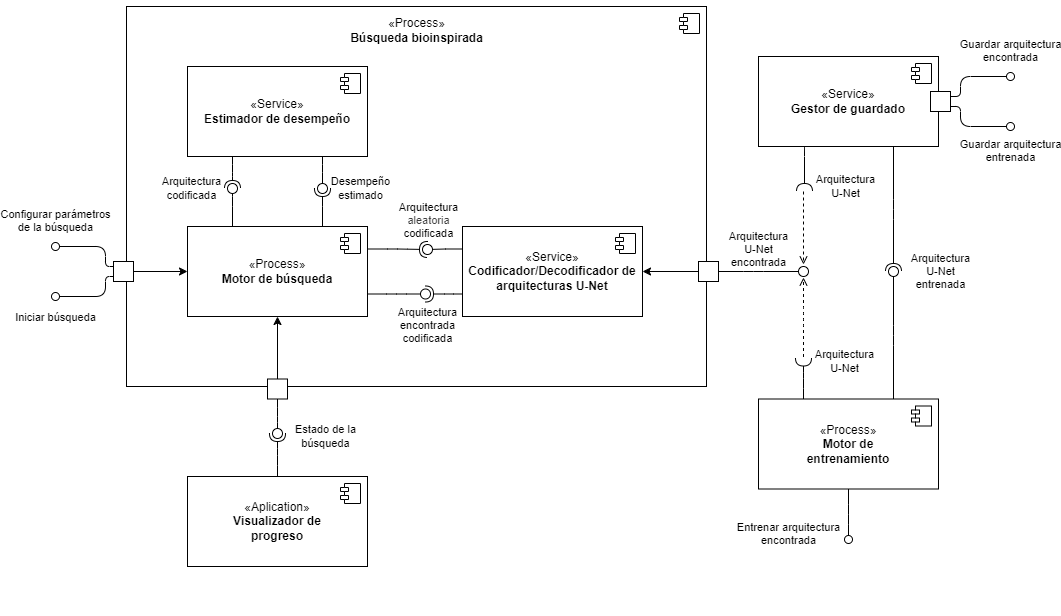
The draw.io diagram diagramas/Componentes.drawio.png in TT-NAS/NAS, before a commit. Source tidied: cells renumbered, new cells last; positions are measured from the earlier drawing's top-left corner, leaving out a move shared by most shapes.
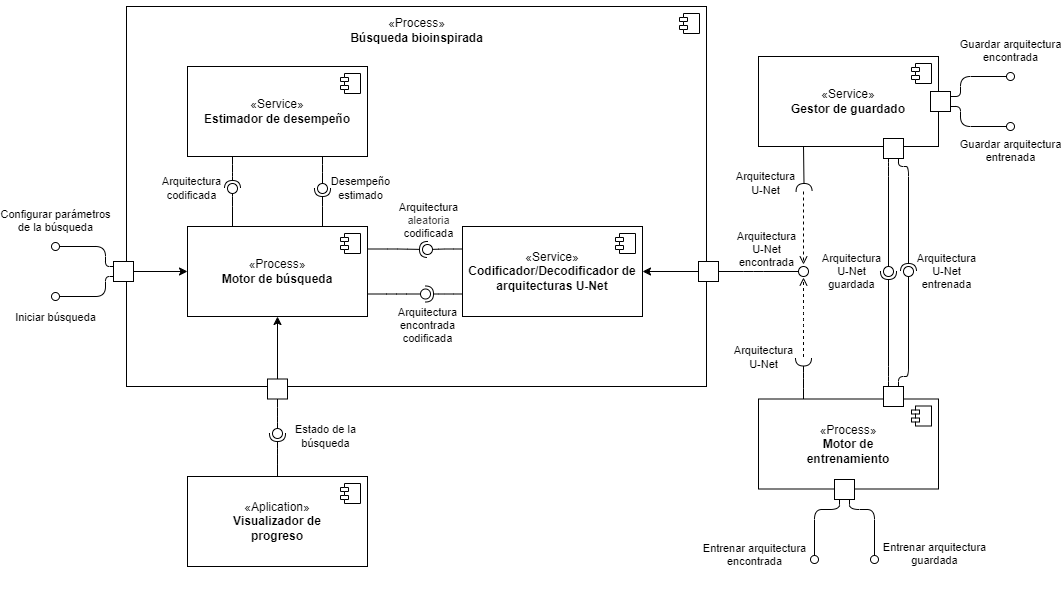
The same file after the commit.

Diff of the diagram source:
```diff
@@ -49,16 +49,24 @@
       <mxGeometry x="302" y="414" width="10" height="10" as="geometry" />
     </mxCell>
     <mxCell id="13" value="&lt;div&gt;&lt;span style=&quot;text-wrap-mode: nowrap;&quot;&gt;Arquitectura&lt;/span&gt;&lt;/div&gt;&lt;div&gt;&lt;span style=&quot;text-wrap-mode: nowrap;&quot;&gt;U-Net&lt;/span&gt;&lt;/div&gt;" style="text;html=1;fontFamily=Helvetica;fontSize=11;fontColor=default;labelBackgroundColor=none;align=center;verticalAlign=middle;" parent="1" vertex="1">
-      <mxGeometry x="747" y="165.5" width="86" height="41" as="geometry" />
+      <mxGeometry x="667" y="162" width="86" height="41" as="geometry" />
     </mxCell>
-    <mxCell id="14" style="rounded=1;jettySize=auto;html=1;endArrow=halfCircle;endFill=0;endSize=6;strokeWidth=1;sketch=0;strokeColor=default;align=center;verticalAlign=bottom;fontFamily=Helvetica;fontSize=11;fontColor=default;labelBackgroundColor=none;edgeStyle=elbowEdgeStyle;exitX=0.75;exitY=1;exitDx=0;exitDy=0;elbow=vertical;" parent="1" edge="1" source="47" target="16">
-      <mxGeometry relative="1" as="geometry" />
+    <mxCell id="14" style="rounded=1;jettySize=auto;html=1;endArrow=halfCircle;endFill=0;endSize=6;strokeWidth=1;sketch=0;strokeColor=default;align=center;verticalAlign=bottom;fontFamily=Helvetica;fontSize=11;fontColor=default;labelBackgroundColor=none;edgeStyle=elbowEdgeStyle;elbow=vertical;exitX=0.75;exitY=1;exitDx=0;exitDy=0;" parent="1" edge="1" source="70" target="16">
+      <mxGeometry relative="1" as="geometry">
+        <Array as="points">
+          <mxPoint x="851" y="166" />
+        </Array>
+      </mxGeometry>
     </mxCell>
-    <mxCell id="15" style="rounded=1;jettySize=auto;html=1;endArrow=oval;endFill=0;sketch=0;sourcePerimeterSpacing=0;targetPerimeterSpacing=0;endSize=10;strokeColor=default;align=center;verticalAlign=bottom;fontFamily=Helvetica;fontSize=11;fontColor=default;labelBackgroundColor=none;edgeStyle=elbowEdgeStyle;exitX=0.75;exitY=0;exitDx=0;exitDy=0;elbow=vertical;" parent="1" edge="1" source="43" target="16">
-      <mxGeometry relative="1" as="geometry" />
+    <mxCell id="15" style="rounded=1;jettySize=auto;html=1;endArrow=oval;endFill=0;sketch=0;sourcePerimeterSpacing=0;targetPerimeterSpacing=0;endSize=10;strokeColor=default;align=center;verticalAlign=bottom;fontFamily=Helvetica;fontSize=11;fontColor=default;labelBackgroundColor=none;edgeStyle=elbowEdgeStyle;elbow=vertical;exitX=0.75;exitY=0;exitDx=0;exitDy=0;" parent="1" edge="1" source="71" target="16">
+      <mxGeometry relative="1" as="geometry">
+        <Array as="points">
+          <mxPoint x="851" y="376" />
+        </Array>
+      </mxGeometry>
     </mxCell>
     <mxCell id="16" style="ellipse;whiteSpace=wrap;html=1;align=center;fillColor=none;strokeColor=none;perimeter=centerPerimeter;points=[];outlineConnect=1;fontFamily=Helvetica;fontSize=11;fontColor=default;labelBackgroundColor=none;" parent="1" vertex="1">
-      <mxGeometry x="833" y="266" width="10" height="10" as="geometry" />
+      <mxGeometry x="848" y="266" width="10" height="10" as="geometry" />
     </mxCell>
     <mxCell id="17" style="ellipse;whiteSpace=wrap;html=1;align=center;fillColor=none;strokeColor=none;perimeter=centerPerimeter;fontFamily=Helvetica;fontSize=11;fontColor=default;labelBackgroundColor=none;" parent="1" vertex="1">
       <mxGeometry x="205" y="606" width="10" height="10" as="geometry" />
@@ -76,7 +84,7 @@
       <mxGeometry x="227" y="420.5" width="86" height="30" as="geometry" />
     </mxCell>
     <mxCell id="22" value="&lt;div&gt;&lt;span style=&quot;text-wrap-mode: nowrap;&quot;&gt;Arquitectura&lt;/span&gt;&lt;/div&gt;&lt;div&gt;&lt;span style=&quot;text-wrap-mode: nowrap;&quot;&gt;U-Net&lt;/span&gt;&lt;/div&gt;&lt;div&gt;&lt;span style=&quot;text-wrap-mode: nowrap;&quot;&gt;entrenada&lt;/span&gt;&lt;/div&gt;" style="text;html=1;fontFamily=Helvetica;fontSize=11;fontColor=default;labelBackgroundColor=none;align=center;verticalAlign=middle;" parent="1" vertex="1">
-      <mxGeometry x="842" y="256" width="86" height="30" as="geometry" />
+      <mxGeometry x="848" y="256" width="86" height="30" as="geometry" />
     </mxCell>
     <mxCell id="23" style="rounded=1;jettySize=auto;html=1;endArrow=halfCircle;endFill=0;endSize=6;strokeWidth=1;sketch=0;strokeColor=default;align=center;verticalAlign=bottom;fontFamily=Helvetica;fontSize=11;fontColor=default;labelBackgroundColor=none;edgeStyle=elbowEdgeStyle;exitX=0.75;exitY=0;exitDx=0;exitDy=0;elbow=vertical;" parent="1" edge="1" source="50" target="25">
       <mxGeometry relative="1" as="geometry">
@@ -133,7 +141,7 @@
       </mxGeometry>
     </mxCell>
     <mxCell id="37" value="&lt;div&gt;&lt;span style=&quot;background-color: transparent;&quot;&gt;Arquitectura&lt;/span&gt;&lt;/div&gt;&lt;div&gt;&lt;span style=&quot;background-color: transparent;&quot;&gt;U-Net&lt;/span&gt;&lt;/div&gt;&lt;div&gt;&lt;span style=&quot;text-wrap-mode: nowrap;&quot;&gt;encontrada&lt;/span&gt;&lt;/div&gt;" style="text;html=1;fontFamily=Helvetica;fontSize=11;fontColor=default;labelBackgroundColor=none;align=center;verticalAlign=middle;" parent="1" vertex="1">
-      <mxGeometry x="660" y="227" width="86" height="44" as="geometry" />
+      <mxGeometry x="668" y="227" width="86" height="44" as="geometry" />
     </mxCell>
     <mxCell id="38" style="rounded=1;jettySize=auto;html=1;endArrow=halfCircle;endFill=0;endSize=6;strokeWidth=1;sketch=0;strokeColor=default;align=center;verticalAlign=bottom;fontFamily=Helvetica;fontSize=11;fontColor=default;labelBackgroundColor=none;edgeStyle=elbowEdgeStyle;exitX=0;exitY=0.75;exitDx=0;exitDy=0;" parent="1" edge="1" source="4" target="40">
       <mxGeometry relative="1" as="geometry" />
@@ -147,9 +155,12 @@
     <mxCell id="41" value="&lt;div&gt;&lt;span style=&quot;text-wrap-mode: nowrap;&quot;&gt;Arquitectura&lt;/span&gt;&lt;/div&gt;&lt;div&gt;&lt;span style=&quot;text-wrap-mode: nowrap;&quot;&gt;encontrada&lt;/span&gt;&lt;/div&gt;&lt;div&gt;&lt;span style=&quot;text-wrap-mode: nowrap;&quot;&gt;codificada&lt;/span&gt;&lt;/div&gt;" style="text;html=1;fontFamily=Helvetica;fontSize=11;fontColor=default;labelBackgroundColor=none;align=center;verticalAlign=middle;" parent="1" vertex="1">
       <mxGeometry x="329" y="304" width="86" height="41" as="geometry" />
     </mxCell>
-    <mxCell id="42" value="Entrenar arquitectura&lt;div&gt;encontrada&lt;/div&gt;" style="html=1;verticalAlign=bottom;labelBackgroundColor=none;endArrow=oval;endFill=0;endSize=8;rounded=1;strokeColor=default;align=center;fontFamily=Helvetica;fontSize=11;fontColor=default;edgeStyle=orthogonalEdgeStyle;exitX=0.5;exitY=1;exitDx=0;exitDy=0;" parent="1" edge="1" source="43">
+    <mxCell id="42" value="Entrenar arquitectura&lt;div&gt;encontrada&lt;/div&gt;" style="html=1;verticalAlign=bottom;labelBackgroundColor=none;endArrow=oval;endFill=0;endSize=8;rounded=1;strokeColor=default;align=center;fontFamily=Helvetica;fontSize=11;fontColor=default;edgeStyle=elbowEdgeStyle;exitX=0.25;exitY=1;exitDx=0;exitDy=0;elbow=vertical;" parent="1" edge="1" source="68">
       <mxGeometry x="1" y="-61" relative="1" as="geometry">
-        <mxPoint x="793" y="539" as="targetPoint" />
+        <mxPoint x="759" y="559" as="targetPoint" />
+        <Array as="points">
+          <mxPoint x="769" y="509" />
+        </Array>
         <mxPoint x="1" y="11" as="offset" />
       </mxGeometry>
     </mxCell>
@@ -250,7 +261,7 @@
       <mxGeometry x="643" y="261" width="20" height="20" as="geometry" />
     </mxCell>
     <mxCell id="65" value="&lt;div&gt;&lt;span style=&quot;text-wrap-mode: nowrap;&quot;&gt;Arquitectura&lt;/span&gt;&lt;/div&gt;&lt;div&gt;&lt;span style=&quot;text-wrap-mode: nowrap;&quot;&gt;U-Net&lt;/span&gt;&lt;/div&gt;" style="text;html=1;fontFamily=Helvetica;fontSize=11;fontColor=default;labelBackgroundColor=none;align=center;verticalAlign=middle;" parent="1" vertex="1">
-      <mxGeometry x="746" y="340.5" width="86" height="41" as="geometry" />
+      <mxGeometry x="665" y="336.5" width="86" height="41" as="geometry" />
     </mxCell>
     <mxCell id="66" style="edgeStyle=orthogonalEdgeStyle;shape=connector;rounded=1;html=1;exitX=0.5;exitY=0;exitDx=0;exitDy=0;entryX=0.5;entryY=1;entryDx=0;entryDy=0;strokeColor=default;align=center;verticalAlign=bottom;fontFamily=Helvetica;fontSize=11;fontColor=default;labelBackgroundColor=none;startArrow=none;startFill=0;startSize=8;endArrow=classic;endFill=1;" parent="1" edge="1" source="67" target="50">
       <mxGeometry relative="1" as="geometry" />
@@ -258,5 +269,43 @@
     <mxCell id="67" style="html=1;rounded=0;" parent="1" vertex="1">
       <mxGeometry x="212" y="378.5" width="20" height="20" as="geometry" />
     </mxCell>
+    <mxCell id="68" style="html=1;rounded=0;" parent="1" vertex="1">
+      <mxGeometry x="779" y="479" width="20" height="20" as="geometry" />
+    </mxCell>
+    <mxCell id="69" value="Entrenar arquitectura&lt;div&gt;guardada&lt;/div&gt;" style="html=1;verticalAlign=bottom;labelBackgroundColor=none;endArrow=oval;endFill=0;endSize=8;rounded=1;strokeColor=default;align=center;fontFamily=Helvetica;fontSize=11;fontColor=default;edgeStyle=elbowEdgeStyle;exitX=0.75;exitY=1;exitDx=0;exitDy=0;elbow=vertical;" parent="1" edge="1" source="68">
+      <mxGeometry x="1" y="61" relative="1" as="geometry">
+        <mxPoint x="819" y="559" as="targetPoint" />
+        <Array as="points">
+          <mxPoint x="809" y="509" />
+        </Array>
+        <mxPoint x="-1" y="10" as="offset" />
+      </mxGeometry>
+    </mxCell>
+    <mxCell id="70" style="html=1;rounded=0;" parent="1" vertex="1">
+      <mxGeometry x="828" y="138" width="20" height="20" as="geometry" />
+    </mxCell>
+    <mxCell id="71" style="html=1;rounded=0;" parent="1" vertex="1">
+      <mxGeometry x="828" y="386" width="20" height="20" as="geometry" />
+    </mxCell>
+    <mxCell id="72" style="rounded=1;jettySize=auto;html=1;endArrow=halfCircle;endFill=0;endSize=6;strokeWidth=1;sketch=0;strokeColor=default;align=center;verticalAlign=bottom;fontFamily=Helvetica;fontSize=11;fontColor=default;labelBackgroundColor=none;edgeStyle=elbowEdgeStyle;elbow=vertical;exitX=0.25;exitY=0;exitDx=0;exitDy=0;" parent="1" edge="1" source="71" target="74">
+      <mxGeometry relative="1" as="geometry">
+        <Array as="points">
+          <mxPoint x="831" y="376" />
+        </Array>
+      </mxGeometry>
+    </mxCell>
+    <mxCell id="73" style="rounded=1;jettySize=auto;html=1;endArrow=oval;endFill=0;sketch=0;sourcePerimeterSpacing=0;targetPerimeterSpacing=0;endSize=10;strokeColor=default;align=center;verticalAlign=bottom;fontFamily=Helvetica;fontSize=11;fontColor=default;labelBackgroundColor=none;edgeStyle=elbowEdgeStyle;elbow=vertical;exitX=0.25;exitY=1;exitDx=0;exitDy=0;" parent="1" edge="1" source="70" target="74">
+      <mxGeometry relative="1" as="geometry">
+        <Array as="points">
+          <mxPoint x="831" y="166" />
+        </Array>
+      </mxGeometry>
+    </mxCell>
+    <mxCell id="74" style="ellipse;whiteSpace=wrap;html=1;align=center;fillColor=none;strokeColor=none;perimeter=centerPerimeter;points=[];outlineConnect=1;fontFamily=Helvetica;fontSize=11;fontColor=default;labelBackgroundColor=none;" parent="1" vertex="1">
+      <mxGeometry x="828" y="266" width="10" height="10" as="geometry" />
+    </mxCell>
+    <mxCell id="75" value="&lt;div&gt;&lt;span style=&quot;text-wrap-mode: nowrap;&quot;&gt;Arquitectura&lt;/span&gt;&lt;/div&gt;&lt;div&gt;&lt;span style=&quot;text-wrap-mode: nowrap;&quot;&gt;U-Net&lt;/span&gt;&lt;/div&gt;&lt;div&gt;&lt;span style=&quot;text-wrap-mode: nowrap;&quot;&gt;guardada&lt;/span&gt;&lt;/div&gt;" style="text;html=1;fontFamily=Helvetica;fontSize=11;fontColor=default;labelBackgroundColor=none;align=center;verticalAlign=middle;" parent="1" vertex="1">
+      <mxGeometry x="753" y="256" width="86" height="30" as="geometry" />
+    </mxCell>
   </root>
 </mxGraphModel>
```
